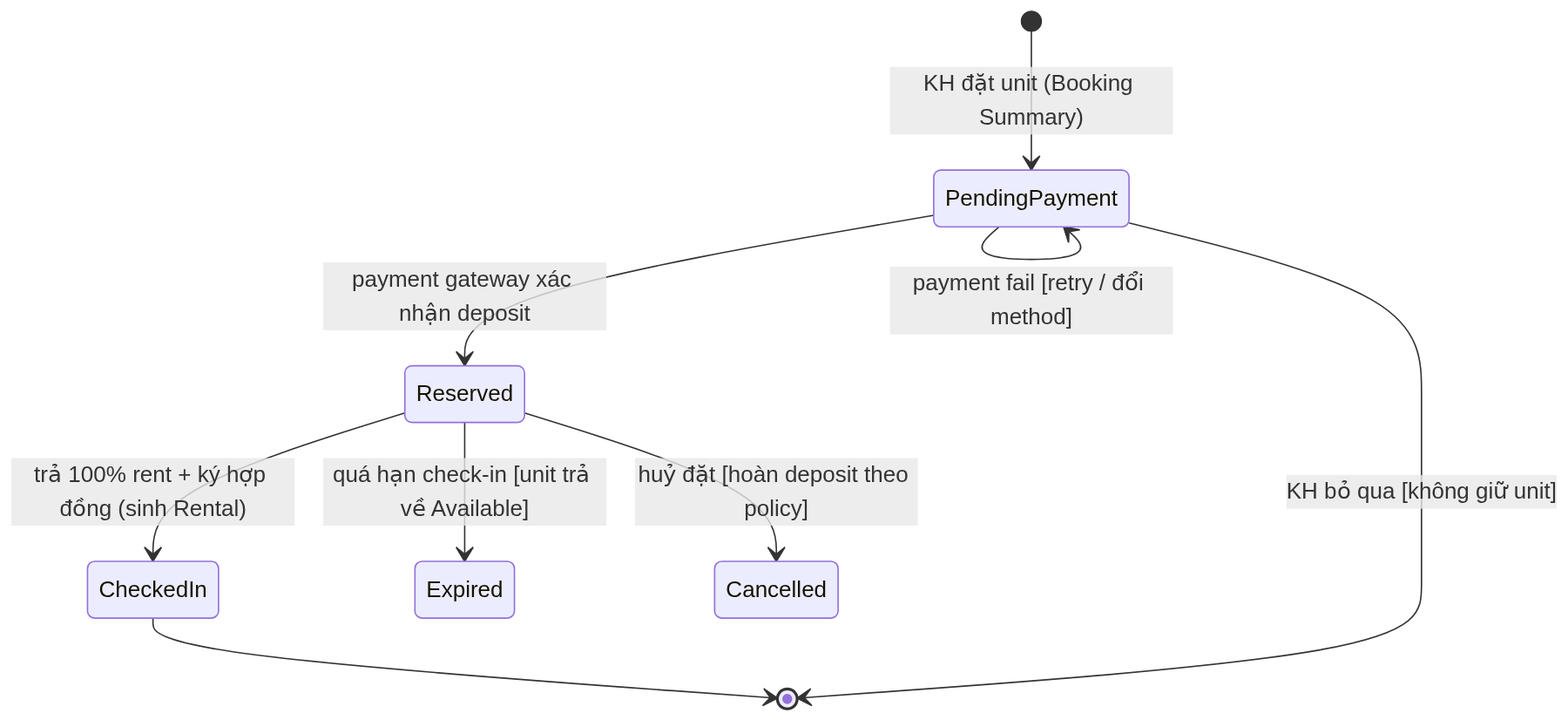
Before: ERD_Statechart_LaTeX/images/state-reservation.png, a diagram exported from Mermaid (bechovang/bmad-swp). Its source is kept beside it as ERD_Statechart_LaTeX/mermaid/state-reservation.mmd. The source it was exported from:
```mermaid
stateDiagram-v2
    [*] --> PendingPayment : KH đặt unit (Booking Summary)

    PendingPayment --> Reserved : payment gateway xác nhận deposit
    PendingPayment --> PendingPayment : payment fail [retry / đổi method]
    PendingPayment --> [*] : KH bỏ qua [không giữ unit]

    Reserved --> CheckedIn : trả 100% rent + ký hợp đồng (sinh Rental)
    Reserved --> Expired : quá hạn check-in [unit trả về Available]
    Reserved --> Cancelled : huỷ đặt [hoàn deposit theo policy]

    CheckedIn --> [*]
```
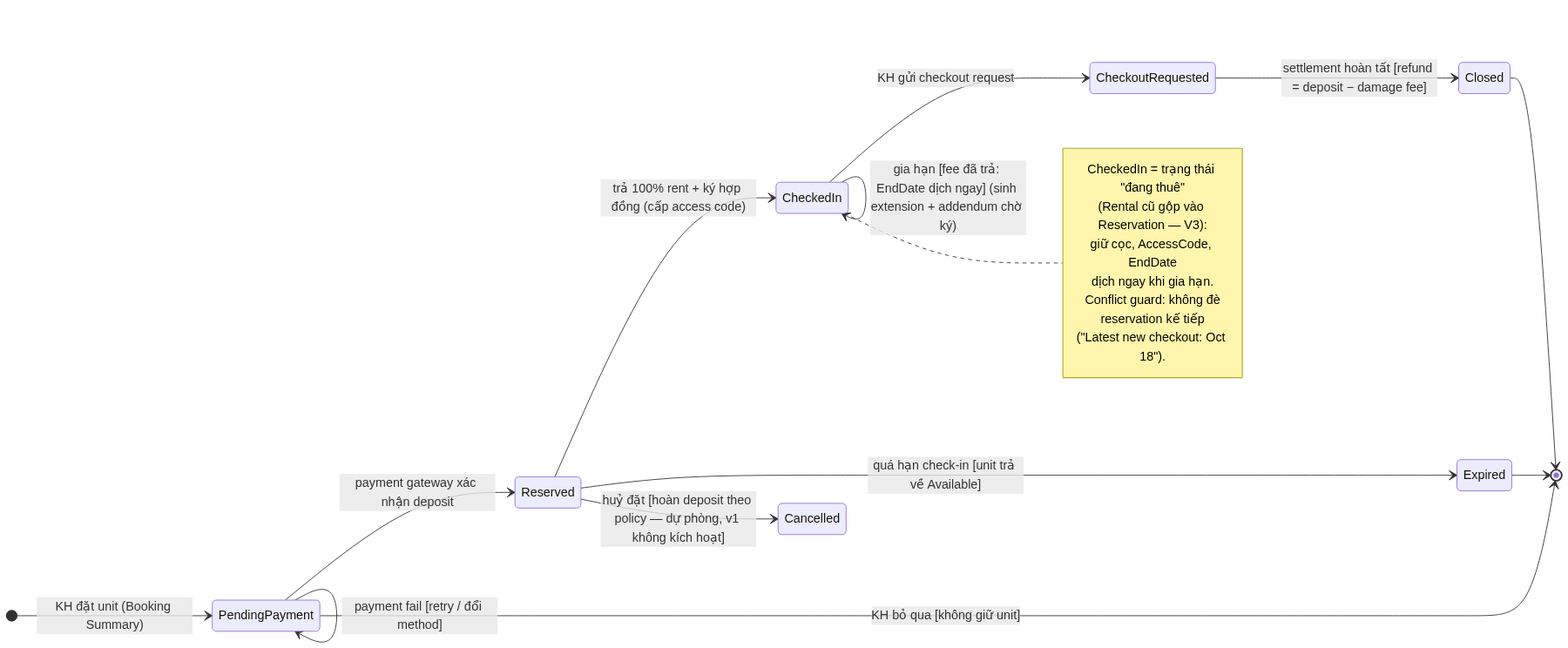
The same file after the commit.

Diff of the diagram source:
```diff
@@ -1,12 +1,28 @@
 stateDiagram-v2
+    direction LR
     [*] --> PendingPayment : KH đặt unit (Booking Summary)
 
     PendingPayment --> Reserved : payment gateway xác nhận deposit
     PendingPayment --> PendingPayment : payment fail [retry / đổi method]
     PendingPayment --> [*] : KH bỏ qua [không giữ unit]
 
-    Reserved --> CheckedIn : trả 100% rent + ký hợp đồng (sinh Rental)
+    Reserved --> CheckedIn : trả 100% rent + ký hợp đồng (cấp access code)
     Reserved --> Expired : quá hạn check-in [unit trả về Available]
-    Reserved --> Cancelled : huỷ đặt [hoàn deposit theo policy]
+    Reserved --> Cancelled : huỷ đặt [hoàn deposit theo policy — dự phòng, v1 không kích hoạt]
 
-    CheckedIn --> [*]
+    CheckedIn --> CheckedIn : gia hạn [fee đã trả: EndDate dịch ngay] (sinh extension + addendum chờ ký)
+    CheckedIn --> CheckoutRequested : KH gửi checkout request
+    CheckoutRequested --> Closed : settlement hoàn tất [refund = deposit − damage fee]
+
+    Closed --> [*]
+    Expired --> [*]
+
+    note right of CheckedIn
+        CheckedIn = trạng thái "đang thuê"
+        (Rental cũ gộp vào Reservation — V3):
+        giữ cọc, AccessCode, EndDate
+        dịch ngay khi gia hạn.
+        Conflict guard: không đè
+        reservation kế tiếp
+        ("Latest new checkout: Oct 18").
+    end note
```
